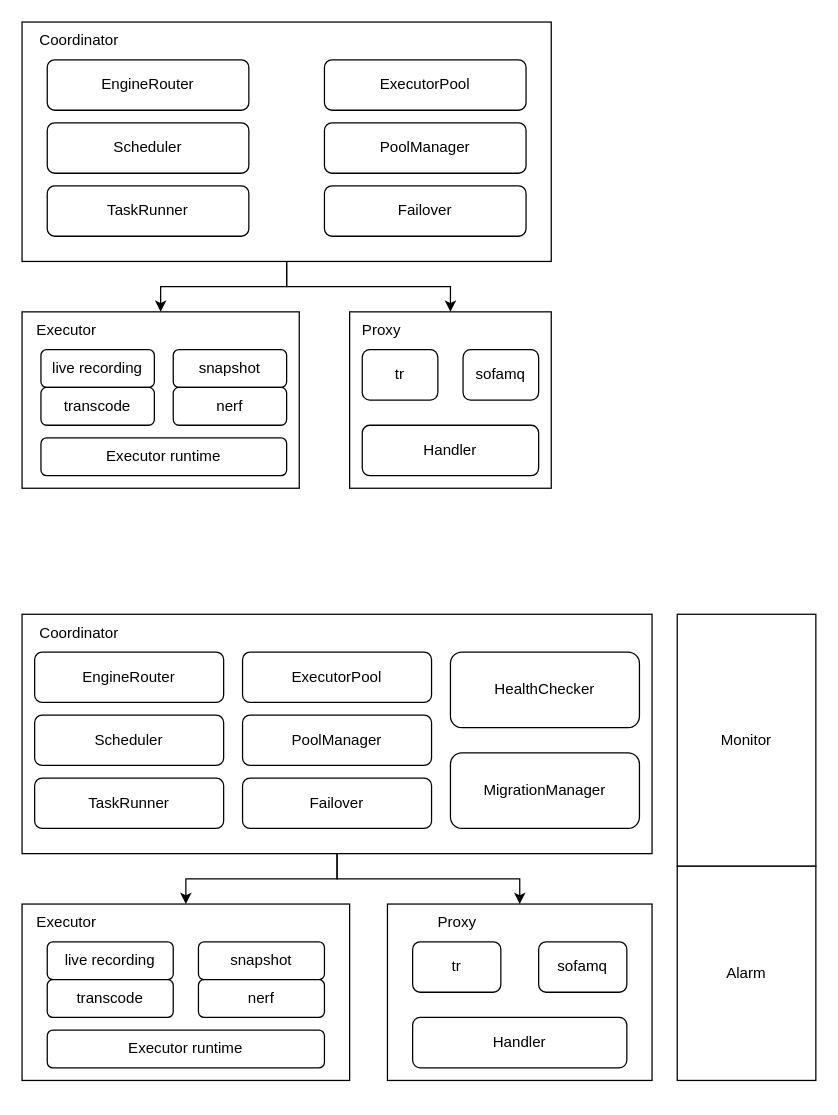
Earlier version of the draw.io diagram page "stream engine structure" (4 of 4) of graphs/streaming_engine_framework.drawio (zhongchun/daily). Source tidied: cells renumbered, new cells numbered last; positions are measured from the earlier drawing's top-left corner, leaving out a move shared by most shapes. Both pictures are drawn from the tidied source at 126%, with x=0, y=0 at pixel (21, 21).
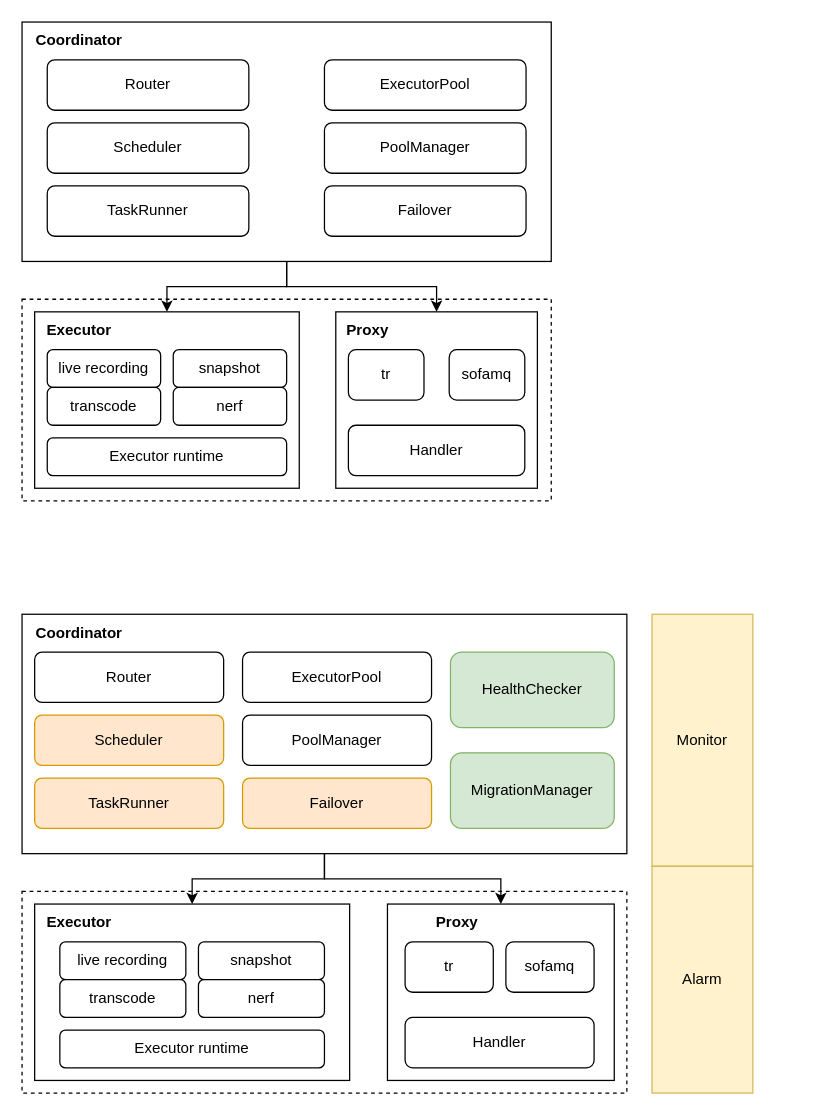
Above is the later version.

Diff of the diagram source:
```diff
@@
+    <mxCell id="50" style="rounded=0;whiteSpace=wrap;html=1;align=center;verticalAlign=middle;fontFamily=Helvetica;fontSize=12;dashed=1;" parent="1" vertex="1">
+      <mxGeometry y="690" width="480" height="160" as="geometry" />
+    </mxCell>
+    <mxCell id="51" style="rounded=0;whiteSpace=wrap;html=1;align=center;verticalAlign=middle;fontFamily=Helvetica;fontSize=12;dashed=1;" parent="1" vertex="1">
+      <mxGeometry y="220" width="420" height="160" as="geometry" />
+    </mxCell>
     <mxCell id="2" style="rounded=0;whiteSpace=wrap;html=1;" parent="1" vertex="1">
-      <mxGeometry y="230" width="220" height="140" as="geometry" />
+      <mxGeometry x="10" y="230" width="210" height="140" as="geometry" />
     </mxCell>
     <mxCell id="3" style="rounded=0;whiteSpace=wrap;html=1;" parent="1" vertex="1">
-      <mxGeometry x="260" y="230" width="160" height="140" as="geometry" />
+      <mxGeometry x="249" y="230" width="160" height="140" as="geometry" />
     </mxCell>
@@
-    <mxCell id="7" value="Coordinator" style="text;html=1;align=center;verticalAlign=middle;strokeColor=none;fillColor=none;" parent="1" vertex="1">
+    <mxCell id="7" value="&lt;b&gt;Coordinator&lt;/b&gt;" style="text;html=1;align=center;verticalAlign=middle;strokeColor=none;fillColor=none;" parent="1" vertex="1">
       <mxGeometry width="90" height="30" as="geometry" />
     </mxCell>
@@
-    <mxCell id="9" value="EngineRouter" style="rounded=1;whiteSpace=wrap;html=1;" parent="1" vertex="1">
+    <mxCell id="9" value="Router" style="rounded=1;whiteSpace=wrap;html=1;" parent="1" vertex="1">
       <mxGeometry x="20" y="30" width="160" height="40" as="geometry" />
     </mxCell>
@@
-    <mxCell id="12" value="Executor" style="text;html=1;align=center;verticalAlign=middle;strokeColor=none;fillColor=none;" parent="1" vertex="1">
-      <mxGeometry y="230" width="70" height="30" as="geometry" />
+    <mxCell id="12" value="&lt;b&gt;Executor&lt;/b&gt;" style="text;html=1;align=center;verticalAlign=middle;strokeColor=none;fillColor=none;" parent="1" vertex="1">
+      <mxGeometry x="10" y="230" width="70" height="30" as="geometry" />
     </mxCell>
     <mxCell id="13" value="live recording" style="rounded=1;whiteSpace=wrap;html=1;" parent="1" vertex="1">
-      <mxGeometry x="15" y="260" width="90" height="30" as="geometry" />
+      <mxGeometry x="20" y="260" width="90" height="30" as="geometry" />
     </mxCell>
-    <mxCell id="14" value="Proxy" style="text;html=1;align=center;verticalAlign=middle;strokeColor=none;fillColor=none;" parent="1" vertex="1">
-      <mxGeometry x="260" y="230" width="50" height="30" as="geometry" />
+    <mxCell id="14" value="&lt;b&gt;Proxy&lt;/b&gt;" style="text;html=1;align=center;verticalAlign=middle;strokeColor=none;fillColor=none;" parent="1" vertex="1">
+      <mxGeometry x="244" y="230" width="60" height="30" as="geometry" />
     </mxCell>
@@
     <mxCell id="16" value="transcode" style="rounded=1;whiteSpace=wrap;html=1;" parent="1" vertex="1">
-      <mxGeometry x="15" y="290" width="90" height="30" as="geometry" />
+      <mxGeometry x="20" y="290" width="90" height="30" as="geometry" />
     </mxCell>
@@
     <mxCell id="18" value="Executor runtime" style="rounded=1;whiteSpace=wrap;html=1;" parent="1" vertex="1">
-      <mxGeometry x="15" y="330" width="195" height="30" as="geometry" />
+      <mxGeometry x="20" y="330" width="190" height="30" as="geometry" />
     </mxCell>
     <mxCell id="19" value="tr" style="rounded=1;whiteSpace=wrap;html=1;" parent="1" vertex="1">
-      <mxGeometry x="270" y="260" width="60" height="40" as="geometry" />
+      <mxGeometry x="259" y="260" width="60" height="40" as="geometry" />
     </mxCell>
     <mxCell id="20" value="sofamq" style="rounded=1;whiteSpace=wrap;html=1;" parent="1" vertex="1">
-      <mxGeometry x="350" y="260" width="60" height="40" as="geometry" />
+      <mxGeometry x="339" y="260" width="60" height="40" as="geometry" />
     </mxCell>
     <mxCell id="21" value="Handler" style="rounded=1;whiteSpace=wrap;html=1;" parent="1" vertex="1">
-      <mxGeometry x="270" y="320" width="140" height="40" as="geometry" />
+      <mxGeometry x="259" y="320" width="140" height="40" as="geometry" />
     </mxCell>
@@
     <mxCell id="24" style="rounded=0;whiteSpace=wrap;html=1;" parent="1" vertex="1">
-      <mxGeometry y="700" width="260" height="140" as="geometry" />
+      <mxGeometry x="10" y="700" width="250" height="140" as="geometry" />
     </mxCell>
     <mxCell id="25" style="rounded=0;whiteSpace=wrap;html=1;" parent="1" vertex="1">
-      <mxGeometry x="290" y="700" width="210" height="140" as="geometry" />
+      <mxGeometry x="290" y="700" width="180" height="140" as="geometry" />
     </mxCell>
     <mxCell id="26" style="rounded=0;whiteSpace=wrap;html=1;" parent="1" vertex="1">
-      <mxGeometry y="470" width="500" height="190" as="geometry" />
+      <mxGeometry y="470" width="480" height="190" as="geometry" />
     </mxCell>
@@
-    <mxCell id="29" value="Coordinator" style="text;html=1;align=center;verticalAlign=middle;strokeColor=none;fillColor=none;" parent="1" vertex="1">
+    <mxCell id="29" value="&lt;b&gt;Coordinator&lt;/b&gt;" style="text;html=1;align=center;verticalAlign=middle;strokeColor=none;fillColor=none;" parent="1" vertex="1">
       <mxGeometry y="470" width="90" height="30" as="geometry" />
     </mxCell>
-    <mxCell id="30" value="Scheduler" style="rounded=1;whiteSpace=wrap;html=1;" parent="1" vertex="1">
+    <mxCell id="30" value="Scheduler" style="rounded=1;whiteSpace=wrap;html=1;fillColor=#ffe6cc;strokeColor=#d79b00;" parent="1" vertex="1">
       <mxGeometry x="10" y="550" width="150" height="40" as="geometry" />
     </mxCell>
-    <mxCell id="31" value="EngineRouter" style="rounded=1;whiteSpace=wrap;html=1;" parent="1" vertex="1">
+    <mxCell id="31" value="Router" style="rounded=1;whiteSpace=wrap;html=1;" parent="1" vertex="1">
       <mxGeometry x="10" y="500" width="150" height="40" as="geometry" />
     </mxCell>
@@
-    <mxCell id="34" value="Executor" style="text;html=1;align=center;verticalAlign=middle;strokeColor=none;fillColor=none;" parent="1" vertex="1">
-      <mxGeometry y="700" width="70" height="30" as="geometry" />
+    <mxCell id="34" value="&lt;b&gt;Executor&lt;/b&gt;" style="text;html=1;align=center;verticalAlign=middle;strokeColor=none;fillColor=none;" parent="1" vertex="1">
+      <mxGeometry x="10" y="700" width="70" height="30" as="geometry" />
     </mxCell>
     <mxCell id="35" value="live recording" style="rounded=1;whiteSpace=wrap;html=1;" parent="1" vertex="1">
-      <mxGeometry x="20" y="730" width="100" height="30" as="geometry" />
+      <mxGeometry x="30" y="730" width="100" height="30" as="geometry" />
     </mxCell>
-    <mxCell id="36" value="Proxy" style="text;html=1;align=center;verticalAlign=middle;strokeColor=none;fillColor=none;" parent="1" vertex="1">
-      <mxGeometry x="320" y="700" width="50" height="30" as="geometry" />
+    <mxCell id="36" value="&lt;b&gt;Proxy&lt;/b&gt;" style="text;html=1;align=center;verticalAlign=middle;strokeColor=none;fillColor=none;" parent="1" vertex="1">
+      <mxGeometry x="315" y="700" width="60" height="30" as="geometry" />
     </mxCell>
@@
     <mxCell id="38" value="transcode" style="rounded=1;whiteSpace=wrap;html=1;" parent="1" vertex="1">
-      <mxGeometry x="20" y="760" width="100" height="30" as="geometry" />
+      <mxGeometry x="30" y="760" width="100" height="30" as="geometry" />
     </mxCell>
@@
     <mxCell id="40" value="Executor runtime" style="rounded=1;whiteSpace=wrap;html=1;" parent="1" vertex="1">
-      <mxGeometry x="20" y="800" width="220" height="30" as="geometry" />
+      <mxGeometry x="30" y="800" width="210" height="30" as="geometry" />
     </mxCell>
     <mxCell id="41" value="tr" style="rounded=1;whiteSpace=wrap;html=1;" parent="1" vertex="1">
-      <mxGeometry x="310" y="730" width="70" height="40" as="geometry" />
+      <mxGeometry x="304" y="730" width="70" height="40" as="geometry" />
     </mxCell>
     <mxCell id="42" value="sofamq" style="rounded=1;whiteSpace=wrap;html=1;" parent="1" vertex="1">
-      <mxGeometry x="410" y="730" width="70" height="40" as="geometry" />
+      <mxGeometry x="384" y="730" width="70" height="40" as="geometry" />
     </mxCell>
     <mxCell id="43" value="Handler" style="rounded=1;whiteSpace=wrap;html=1;" parent="1" vertex="1">
-      <mxGeometry x="310" y="790" width="170" height="40" as="geometry" />
+      <mxGeometry x="304" y="790" width="150" height="40" as="geometry" />
     </mxCell>
-    <mxCell id="44" value="HealthChecker" style="rounded=1;whiteSpace=wrap;html=1;" parent="1" vertex="1">
-      <mxGeometry x="340" y="500" width="150" height="60" as="geometry" />
+    <mxCell id="44" value="HealthChecker" style="rounded=1;whiteSpace=wrap;html=1;fillColor=#d5e8d4;strokeColor=#82b366;" parent="1" vertex="1">
+      <mxGeometry x="340" y="500" width="130" height="60" as="geometry" />
     </mxCell>
-    <mxCell id="45" value="MigrationManager" style="rounded=1;whiteSpace=wrap;html=1;" parent="1" vertex="1">
-      <mxGeometry x="340" y="580" width="150" height="60" as="geometry" />
+    <mxCell id="45" value="MigrationManager" style="rounded=1;whiteSpace=wrap;html=1;fillColor=#d5e8d4;strokeColor=#82b366;" parent="1" vertex="1">
+      <mxGeometry x="340" y="580" width="130" height="60" as="geometry" />
     </mxCell>
-    <mxCell id="46" value="TaskRunner" style="rounded=1;whiteSpace=wrap;html=1;" parent="1" vertex="1">
+    <mxCell id="46" value="TaskRunner" style="rounded=1;whiteSpace=wrap;html=1;fillColor=#ffe6cc;strokeColor=#d79b00;" parent="1" vertex="1">
       <mxGeometry x="10" y="600" width="150" height="40" as="geometry" />
     </mxCell>
-    <mxCell id="47" value="Failover" style="rounded=1;whiteSpace=wrap;html=1;" parent="1" vertex="1">
+    <mxCell id="47" value="Failover" style="rounded=1;whiteSpace=wrap;html=1;fillColor=#ffe6cc;strokeColor=#d79b00;" parent="1" vertex="1">
       <mxGeometry x="175" y="600" width="150" height="40" as="geometry" />
     </mxCell>
-    <mxCell id="48" value="Monitor" style="rounded=0;whiteSpace=wrap;html=1;" parent="1" vertex="1">
-      <mxGeometry x="520" y="470" width="110" height="200" as="geometry" />
+    <mxCell id="48" value="Monitor" style="rounded=0;whiteSpace=wrap;html=1;fillColor=#fff2cc;strokeColor=#d6b656;" parent="1" vertex="1">
+      <mxGeometry x="500" y="470" width="80" height="200" as="geometry" />
     </mxCell>
-    <mxCell id="49" value="Alarm" style="rounded=0;whiteSpace=wrap;html=1;" parent="1" vertex="1">
-      <mxGeometry x="520" y="670" width="110" height="170" as="geometry" />
+    <mxCell id="49" value="Alarm" style="rounded=0;whiteSpace=wrap;html=1;fillColor=#fff2cc;strokeColor=#d6b656;" parent="1" vertex="1">
+      <mxGeometry x="500" y="670" width="80" height="180" as="geometry" />
     </mxCell>
```
